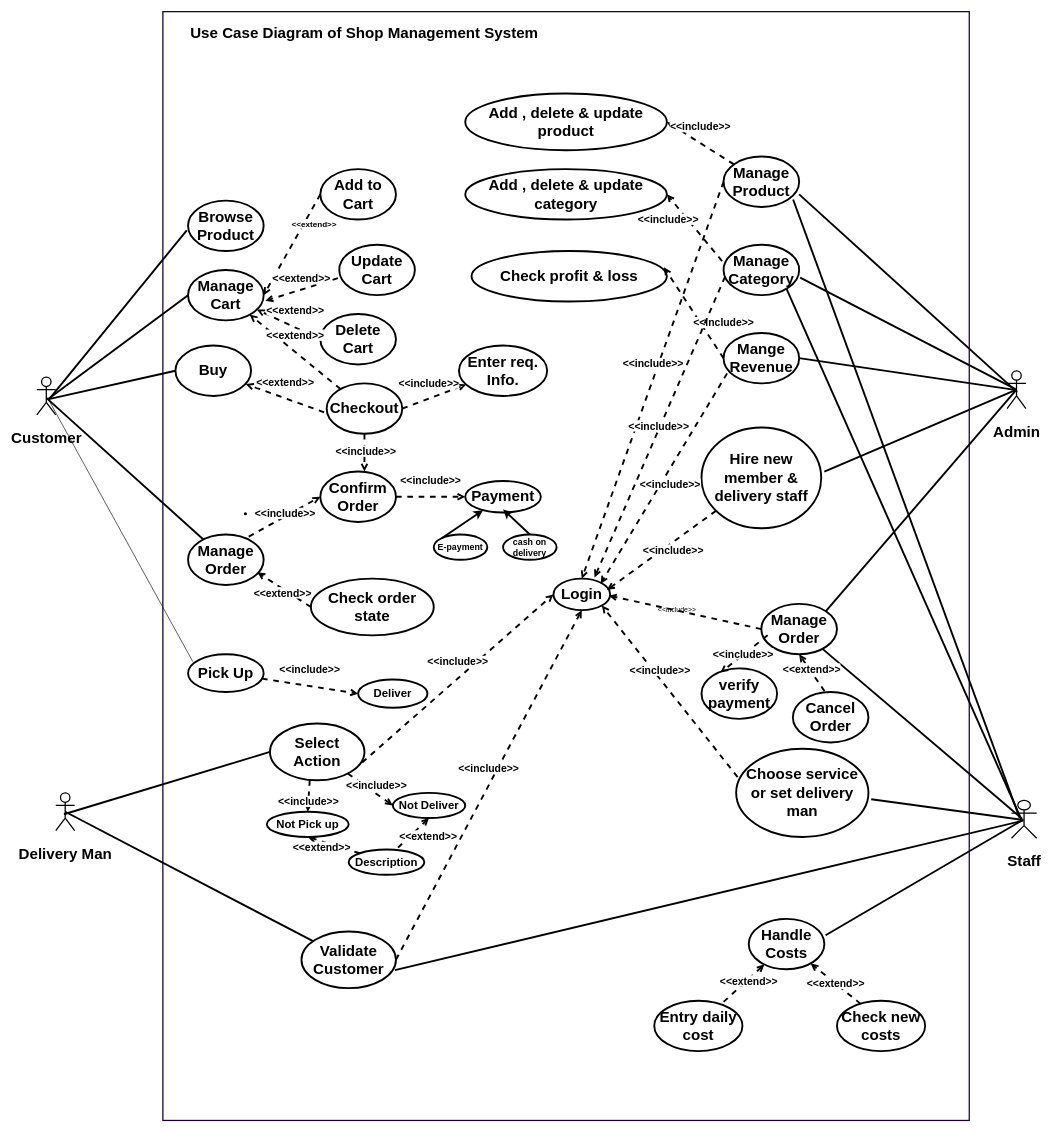
Earlier version of the draw.io diagram use case diagram.drawio (prashanta1542/default). Source tidied: cells renumbered, new cells numbered last; positions are measured from the earlier drawing's top-left corner, leaving out a move shared by most shapes. Both pictures are drawn from the tidied source at 63%, with x=0, y=0 at pixel (37, 11).
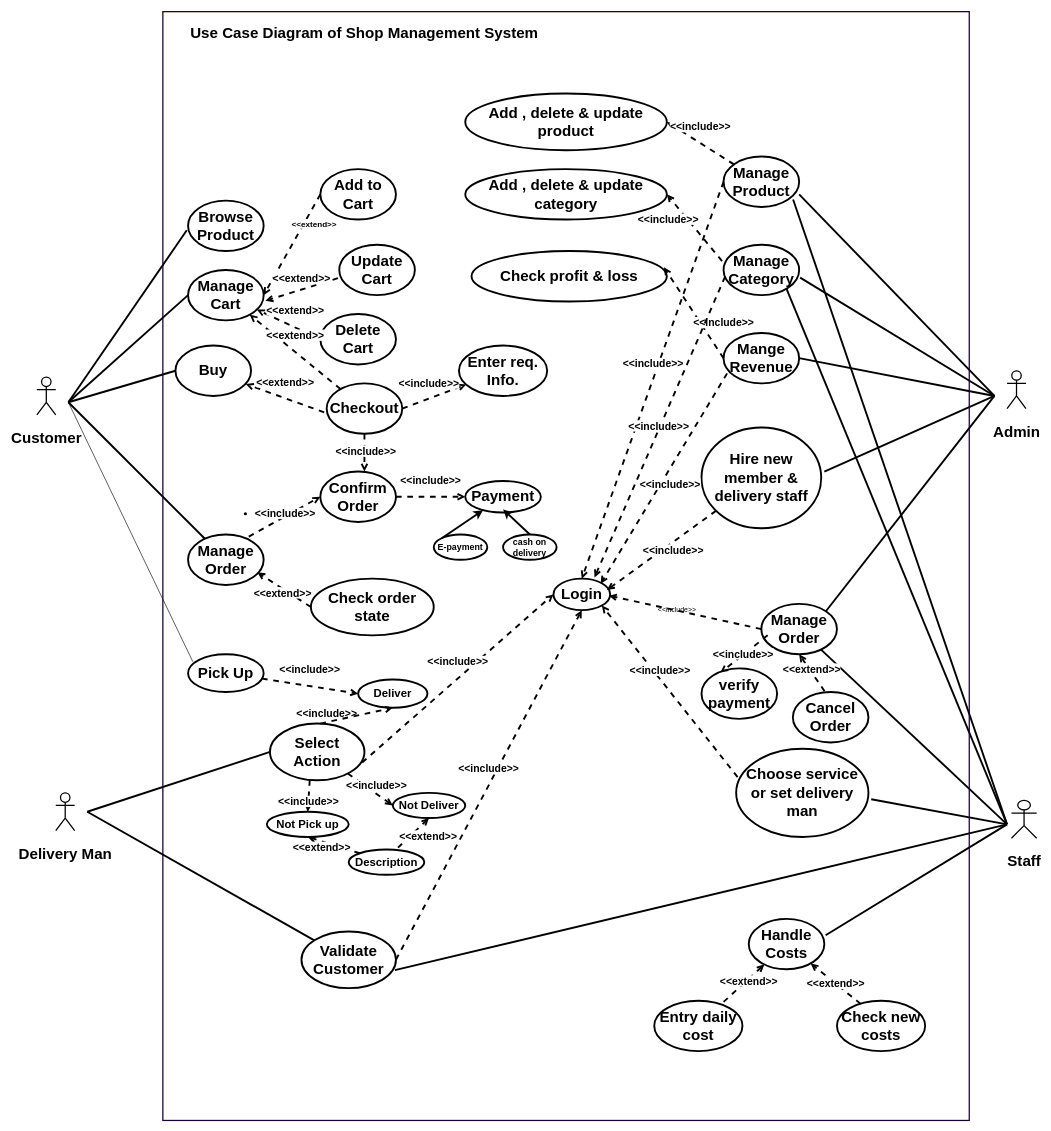
The same diagram, later.

The change refers to these unchanged cells:
```xml
<mxCell id="3" value="&lt;h1&gt;Browse Product&lt;/h1&gt;" style="ellipse;whiteSpace=wrap;html=1;strokeWidth=3;" parent="1" vertex="1">
  <mxGeometry x="240" y="300" width="120" height="80" as="geometry" />
</mxCell>
<mxCell id="4" value="&lt;h1&gt;Manage Cart&lt;/h1&gt;" style="ellipse;whiteSpace=wrap;html=1;strokeWidth=3;" parent="1" vertex="1">
  <mxGeometry x="240" y="410" width="120" height="80" as="geometry" />
</mxCell>
<mxCell id="5" value="&lt;h1&gt;Buy&lt;/h1&gt;" style="ellipse;whiteSpace=wrap;html=1;strokeWidth=3;" parent="1" vertex="1">
  <mxGeometry x="220" y="530" width="120" height="80" as="geometry" />
</mxCell>
<mxCell id="6" value="&lt;h1&gt;Manage Order&lt;/h1&gt;" style="ellipse;whiteSpace=wrap;html=1;strokeWidth=3;" parent="1" vertex="1">
  <mxGeometry x="240" y="830" width="120" height="80" as="geometry" />
</mxCell>
<mxCell id="14" value="&lt;h1&gt;Delivery Man&lt;/h1&gt;" style="shape=umlActor;verticalLabelPosition=bottom;verticalAlign=top;html=1;outlineConnect=0;strokeWidth=2;" parent="1" vertex="1">
  <mxGeometry x="30" y="1240" width="30" height="60" as="geometry" />
</mxCell>
<mxCell id="16" value="&lt;h1&gt;Select Action&lt;/h1&gt;" style="ellipse;whiteSpace=wrap;html=1;strokeWidth=3;" parent="1" vertex="1">
  <mxGeometry x="370" y="1130" width="150" height="90" as="geometry" />
</mxCell>
<mxCell id="17" value="&lt;h2&gt;Deliver&lt;/h2&gt;" style="ellipse;whiteSpace=wrap;html=1;strokeWidth=3;" parent="1" vertex="1">
  <mxGeometry x="510" y="1060" width="110" height="45" as="geometry" />
</mxCell>
<mxCell id="20" value="&lt;h1&gt;Pick Up&lt;/h1&gt;" style="ellipse;whiteSpace=wrap;html=1;strokeWidth=3;" parent="1" vertex="1">
  <mxGeometry x="240" y="1020" width="120" height="60" as="geometry" />
</mxCell>
<mxCell id="21" value="&lt;h1&gt;Admin&lt;/h1&gt;" style="shape=umlActor;verticalLabelPosition=bottom;verticalAlign=top;html=1;outlineConnect=0;strokeWidth=2;" parent="1" vertex="1">
  <mxGeometry x="1540" y="570" width="30" height="60" as="geometry" />
</mxCell>
<mxCell id="22" value="&lt;h1&gt;Manage Order&lt;/h1&gt;" style="ellipse;whiteSpace=wrap;html=1;strokeWidth=3;" parent="1" vertex="1">
  <mxGeometry x="1150" y="940" width="120" height="80" as="geometry" />
</mxCell>
<mxCell id="23" value="&lt;h1&gt;Manage Category&lt;/h1&gt;" style="ellipse;whiteSpace=wrap;html=1;strokeWidth=3;" parent="1" vertex="1">
  <mxGeometry x="1090" y="370" width="120" height="80" as="geometry" />
</mxCell>
<mxCell id="25" value="&lt;h1&gt;Manage Product&lt;/h1&gt;" style="ellipse;whiteSpace=wrap;html=1;strokeWidth=3;" parent="1" vertex="1">
  <mxGeometry x="1090" y="230" width="120" height="80" as="geometry" />
</mxCell>
<mxCell id="27" value="&lt;h1&gt;Mange Revenue&lt;/h1&gt;" style="ellipse;whiteSpace=wrap;html=1;strokeWidth=3;" parent="1" vertex="1">
  <mxGeometry x="1090" y="510" width="120" height="80" as="geometry" />
</mxCell>
<mxCell id="31" value="&lt;h1 style=&quot;border-color: var(--border-color);&quot;&gt;Choose service or set delivery man&lt;/h1&gt;" style="ellipse;whiteSpace=wrap;html=1;strokeWidth=3;" parent="1" vertex="1">
  <mxGeometry x="1110" y="1170" width="210" height="140" as="geometry" />
</mxCell>
<mxCell id="33" value="&lt;h1&gt;Validate Customer&lt;/h1&gt;" style="ellipse;whiteSpace=wrap;html=1;strokeWidth=3;" parent="1" vertex="1">
  <mxGeometry x="420" y="1460" width="150" height="90" as="geometry" />
</mxCell>
```

Change to the diagram source:
```diff
@@
     <mxCell id="37" style="endArrow=none;html=1;rounded=0;exitX=-0.017;exitY=0.588;exitDx=0;exitDy=0;exitPerimeter=0;strokeWidth=3;" parent="1" edge="1" source="3">
       <mxGeometry relative="1" as="geometry">
-        <mxPoint x="18" y="617" as="targetPoint" />
+        <mxPoint x="50" y="620" as="targetPoint" />
       </mxGeometry>
     </mxCell>
     <mxCell id="38" style="endArrow=none;html=1;rounded=0;exitX=0;exitY=0.5;exitDx=0;exitDy=0;strokeWidth=3;" parent="1" edge="1" source="4">
       <mxGeometry relative="1" as="geometry">
-        <mxPoint x="18" y="615" as="targetPoint" />
+        <mxPoint x="50" y="620" as="targetPoint" />
       </mxGeometry>
     </mxCell>
     <mxCell id="39" style="endArrow=none;html=1;rounded=0;entryX=0;entryY=0.5;entryDx=0;entryDy=0;strokeWidth=3;" parent="1" edge="1" target="5">
       <mxGeometry relative="1" as="geometry">
-        <mxPoint x="19" y="615" as="sourcePoint" />
+        <mxPoint x="50" y="620" as="sourcePoint" />
       </mxGeometry>
     </mxCell>
@@
     <mxCell id="54" style="endArrow=none;html=1;rounded=0;strokeWidth=3;" parent="1" edge="1" target="6">
       <mxGeometry relative="1" as="geometry">
-        <mxPoint x="15" y="613" as="sourcePoint" />
+        <mxPoint x="50" y="620" as="sourcePoint" />
       </mxGeometry>
     </mxCell>
     <mxCell id="55" style="endArrow=none;html=1;rounded=0;entryX=0.063;entryY=0.197;entryDx=0;entryDy=0;entryPerimeter=0;strokeWidth=1;" parent="1" edge="1" target="20">
       <mxGeometry relative="1" as="geometry">
-        <mxPoint x="17" y="613" as="sourcePoint" />
+        <mxPoint x="50" y="620" as="sourcePoint" />
       </mxGeometry>
     </mxCell>
     <mxCell id="56" style="endArrow=none;html=1;rounded=0;entryX=0;entryY=0.5;entryDx=0;entryDy=0;strokeWidth=3;" parent="1" edge="1" target="16">
       <mxGeometry relative="1" as="geometry">
-        <mxPoint x="43" y="1274" as="sourcePoint" />
+        <mxPoint x="80" y="1270" as="sourcePoint" />
       </mxGeometry>
     </mxCell>
-    <mxCell id="57" style="endArrow=none;html=1;rounded=0;exitX=0.5;exitY=0.5;exitDx=0;exitDy=0;exitPerimeter=0;strokeWidth=3;" parent="1" edge="1" source="14" target="33">
-      <mxGeometry relative="1" as="geometry" />
+    <mxCell id="57" style="endArrow=none;html=1;rounded=0;strokeWidth=3;" parent="1" edge="1" target="33">
+      <mxGeometry relative="1" as="geometry">
+        <mxPoint x="80" y="1270" as="sourcePoint" />
+      </mxGeometry>
     </mxCell>
@@
     <mxCell id="65" style="endArrow=none;html=1;rounded=0;entryX=1;entryY=0.75;entryDx=0;entryDy=0;entryPerimeter=0;strokeWidth=3;" parent="1" edge="1" target="25">
       <mxGeometry relative="1" as="geometry">
-        <mxPoint x="1556" y="604" as="sourcePoint" />
+        <mxPoint x="1520" y="610" as="sourcePoint" />
       </mxGeometry>
     </mxCell>
     <mxCell id="66" style="endArrow=none;html=1;rounded=0;entryX=1.013;entryY=0.653;entryDx=0;entryDy=0;entryPerimeter=0;strokeWidth=3;" parent="1" edge="1" target="23">
       <mxGeometry relative="1" as="geometry">
-        <mxPoint x="1555" y="600" as="sourcePoint" />
+        <mxPoint x="1520" y="610" as="sourcePoint" />
       </mxGeometry>
     </mxCell>
     <mxCell id="67" style="endArrow=none;html=1;rounded=0;entryX=1;entryY=0.5;entryDx=0;entryDy=0;strokeWidth=3;" parent="1" edge="1" target="27">
       <mxGeometry relative="1" as="geometry">
-        <mxPoint x="1550" y="600" as="sourcePoint" />
+        <mxPoint x="1520" y="610" as="sourcePoint" />
       </mxGeometry>
     </mxCell>
-    <mxCell id="68" style="endArrow=none;html=1;rounded=0;exitX=0.5;exitY=0.5;exitDx=0;exitDy=0;exitPerimeter=0;strokeWidth=3;" parent="1" edge="1" source="21">
+    <mxCell id="68" style="endArrow=none;html=1;rounded=0;strokeWidth=3;" parent="1" edge="1">
       <mxGeometry relative="1" as="geometry">
+        <mxPoint x="1520" y="610" as="sourcePoint" />
         <mxPoint x="1250" y="730" as="targetPoint" />
       </mxGeometry>
     </mxCell>
-    <mxCell id="69" style="endArrow=none;html=1;rounded=0;exitX=0.5;exitY=0.5;exitDx=0;exitDy=0;exitPerimeter=0;entryX=1;entryY=0;entryDx=0;entryDy=0;strokeWidth=3;" parent="1" edge="1" source="21" target="22">
-      <mxGeometry relative="1" as="geometry" />
+    <mxCell id="69" style="endArrow=none;html=1;rounded=0;entryX=1;entryY=0;entryDx=0;entryDy=0;strokeWidth=3;" parent="1" edge="1" target="22">
+      <mxGeometry relative="1" as="geometry">
+        <mxPoint x="1520" y="610" as="sourcePoint" />
+      </mxGeometry>
     </mxCell>
@@
     <mxCell id="81" style="endArrow=none;html=1;rounded=0;strokeWidth=3;" parent="1" edge="1" target="22">
       <mxGeometry relative="1" as="geometry">
-        <mxPoint x="1564" y="1281" as="sourcePoint" />
+        <mxPoint x="1540" y="1290" as="sourcePoint" />
       </mxGeometry>
     </mxCell>
     <mxCell id="82" style="endArrow=none;html=1;rounded=0;entryX=1.021;entryY=0.573;entryDx=0;entryDy=0;entryPerimeter=0;strokeWidth=3;" parent="1" edge="1" target="31">
       <mxGeometry relative="1" as="geometry">
-        <mxPoint x="1566" y="1283" as="sourcePoint" />
+        <mxPoint x="1540" y="1290" as="sourcePoint" />
       </mxGeometry>
     </mxCell>
@@
     <mxCell id="84" style="endArrow=none;html=1;rounded=0;strokeWidth=3;" parent="1" edge="1">
       <mxGeometry relative="1" as="geometry">
-        <mxPoint x="1565" y="1283" as="sourcePoint" />
+        <mxPoint x="1540" y="1290" as="sourcePoint" />
         <mxPoint x="1252" y="1466" as="targetPoint" />
       </mxGeometry>
     </mxCell>
     <mxCell id="85" style="endArrow=none;html=1;rounded=0;entryX=0.989;entryY=0.682;entryDx=0;entryDy=0;entryPerimeter=0;strokeWidth=3;" parent="1" edge="1" target="33">
       <mxGeometry relative="1" as="geometry">
-        <mxPoint x="1566" y="1284" as="sourcePoint" />
+        <mxPoint x="1540" y="1290" as="sourcePoint" />
       </mxGeometry>
     </mxCell>
@@
     <mxCell id="88" style="endArrow=none;html=1;rounded=0;strokeWidth=3;" parent="1" edge="1">
       <mxGeometry relative="1" as="geometry">
-        <mxPoint x="1563" y="1283" as="sourcePoint" />
+        <mxPoint x="1540" y="1290" as="sourcePoint" />
         <mxPoint x="1190" y="440" as="targetPoint" />
       </mxGeometry>
     </mxCell>
     <mxCell id="89" style="endArrow=none;html=1;rounded=0;entryX=0.92;entryY=0.852;entryDx=0;entryDy=0;entryPerimeter=0;strokeWidth=3;" parent="1" edge="1" target="25">
       <mxGeometry relative="1" as="geometry">
-        <mxPoint x="1560" y="1280" as="sourcePoint" />
+        <mxPoint x="1540" y="1290" as="sourcePoint" />
       </mxGeometry>
     </mxCell>
@@
+    <mxCell id="94" value="&lt;h2&gt;&amp;lt;&amp;lt;include&amp;gt;&amp;gt;&lt;/h2&gt;" style="html=1;verticalAlign=bottom;labelBackgroundColor=none;endArrow=open;endFill=0;dashed=1;rounded=0;entryX=0.5;entryY=1;entryDx=0;entryDy=0;strokeWidth=3;" parent="1" edge="1" target="17">
+      <mxGeometry x="-0.87" y="-12" relative="1" as="geometry">
+        <mxPoint x="450" y="1130" as="sourcePoint" />
+      </mxGeometry>
+    </mxCell>
```
